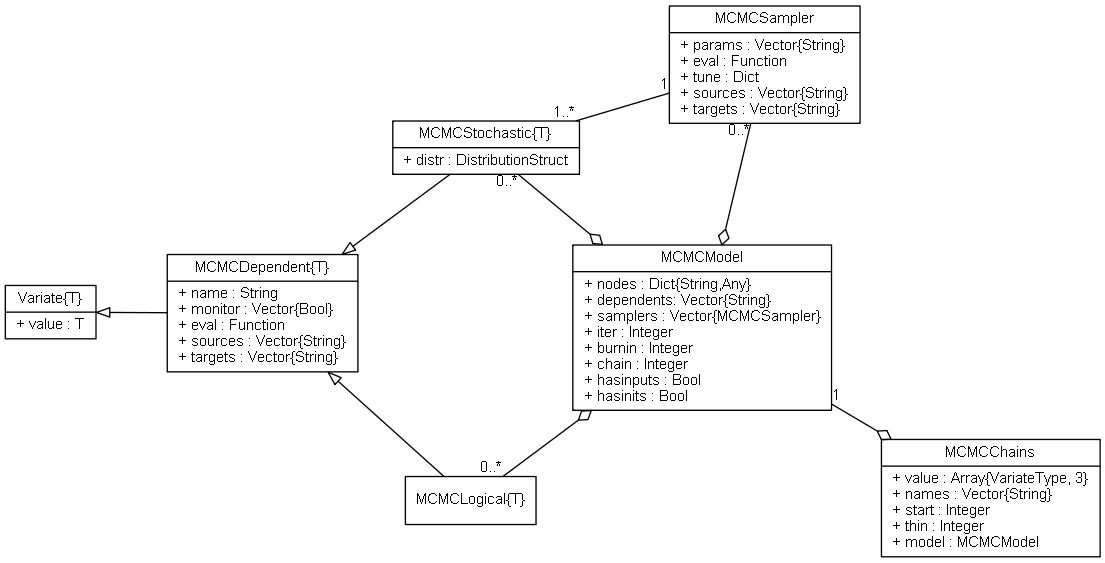
brian-j-smith/Mamba.jl keeps this Graphviz diagram as doc/images/mcmcUML.png. Above is the earlier version. Its source is kept beside it as doc/images/mcmcUML.dot.
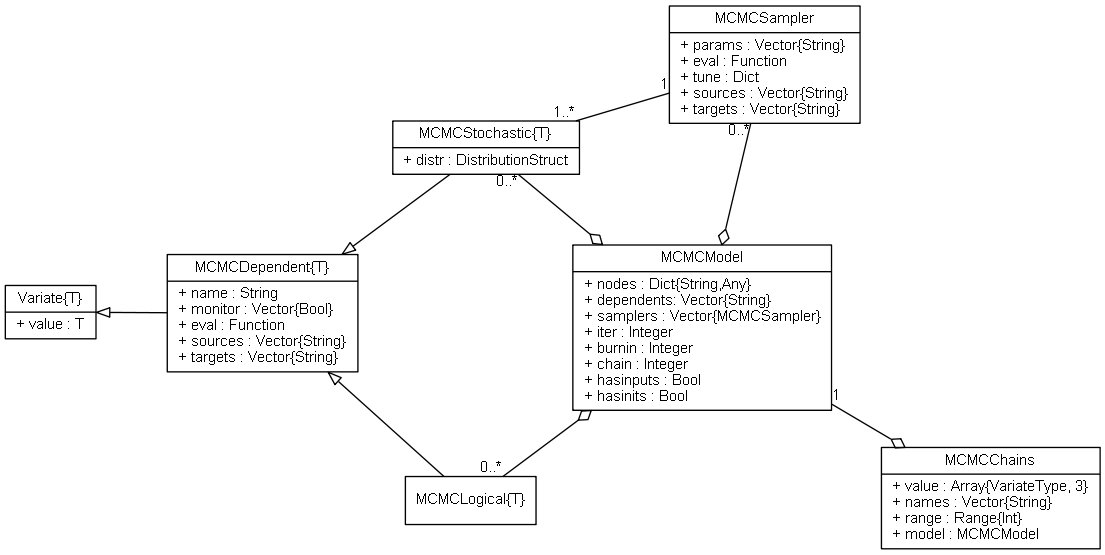
After the change.

What changed in the source:
```diff
@@ -20,7 +20,7 @@
 
 	MCMCModel [label = "{MCMCModel|+ nodes : Dict\{String,Any\}\l+ dependents: Vector\{String\}\l+ samplers : Vector\{MCMCSampler\}\l+ iter : Integer\l+ burnin : Integer\l+ chain : Integer\l+ hasinputs : Bool\l+ hasinits : Bool\l}"]
 
-	MCMCChains [label = "{MCMCChains|+ value : Array\{VariateType, 3\}\l+ names : Vector\{String\}\l+ start : Integer\l+ thin : Integer\l+ model : MCMCModel\l}"]
+	MCMCChains [label = "{MCMCChains|+ value : Array\{VariateType, 3\}\l+ names : Vector\{String\}\l+ range : Range\{Int\}\l+ model : MCMCModel\l}"]
 
 	MCMCDependent -- Variate[len = 0.8, arrowhead = empty]
 	MCMCLogical -- MCMCDependent[arrowhead = empty]
```
